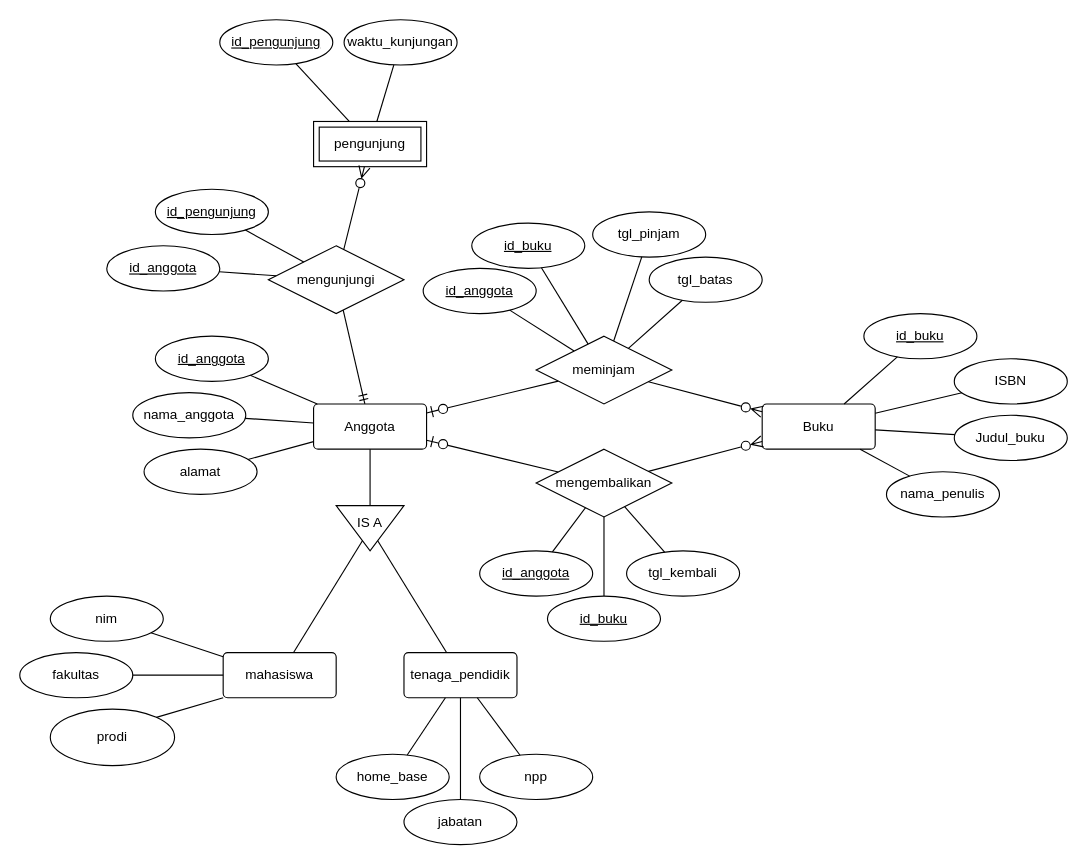
ilhamtkj/diagram keeps this draw.io diagram as perpus.drawio. Above is the earlier version. Source tidied: cells renumbered, new cells numbered last; positions are measured from the earlier drawing's top-left corner, leaving out a move shared by most shapes. Both pictures are drawn from the tidied source at 113%, with x=0, y=0 at pixel (19, 19).
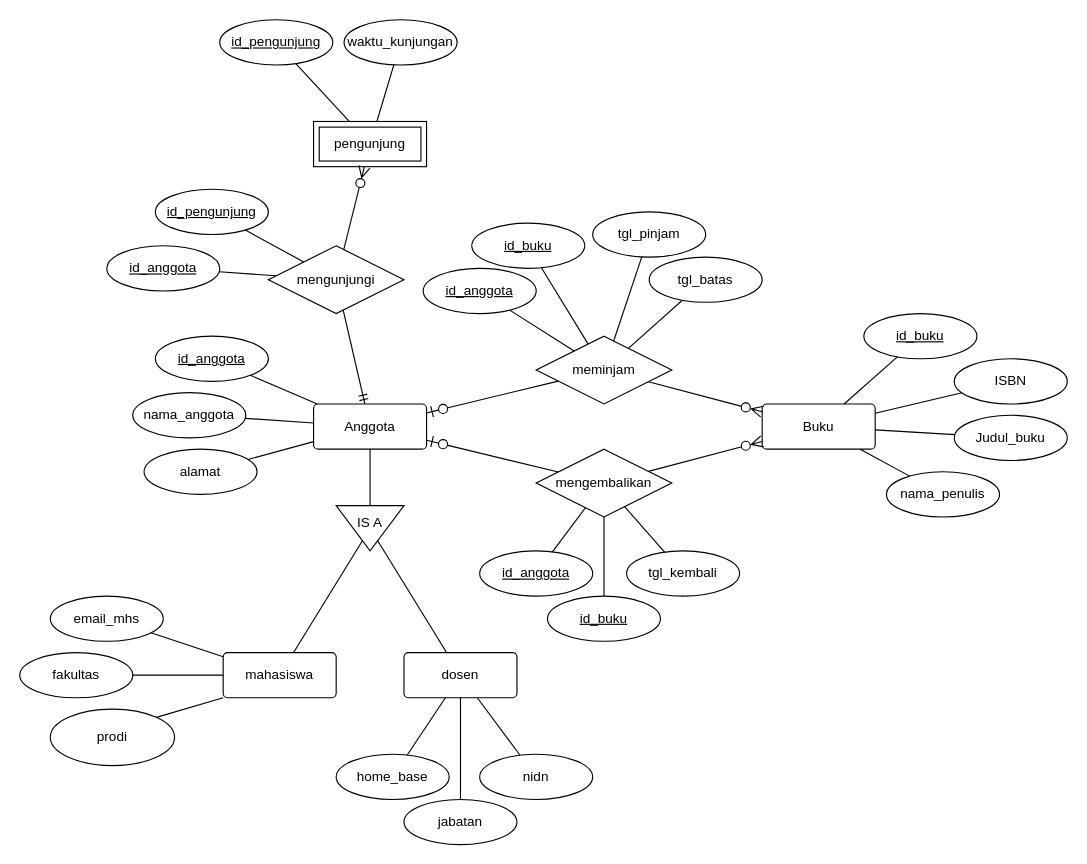
The same page after the edit.

Commit message:
change nim to email and npp to nidn

Diff of the diagram source:
```diff
@@
-    <mxCell id="19" value="tenaga_pendidik" style="rounded=1;arcSize=10;whiteSpace=wrap;html=1;align=center;" parent="1" vertex="1">
+    <mxCell id="19" value="dosen" style="rounded=1;arcSize=10;whiteSpace=wrap;html=1;align=center;" parent="1" vertex="1">
       <mxGeometry x="340" y="560" width="100" height="40" as="geometry" />
     </mxCell>
@@
-    <mxCell id="23" value="nim" style="ellipse;whiteSpace=wrap;html=1;align=center;" parent="1" vertex="1">
+    <mxCell id="23" value="email_mhs" style="ellipse;whiteSpace=wrap;html=1;align=center;" parent="1" vertex="1">
       <mxGeometry x="27" y="510" width="100" height="40" as="geometry" />
     </mxCell>
@@
-    <mxCell id="34" value="npp" style="ellipse;whiteSpace=wrap;html=1;align=center;" parent="1" vertex="1">
+    <mxCell id="34" value="nidn" style="ellipse;whiteSpace=wrap;html=1;align=center;" parent="1" vertex="1">
       <mxGeometry x="407" y="650" width="100" height="40" as="geometry" />
     </mxCell>
```
